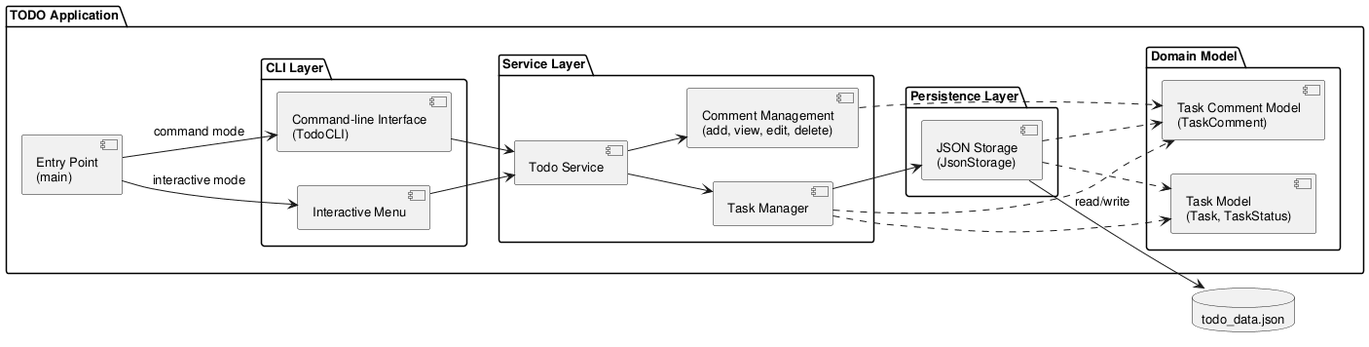
Before: experiments/pipeline/user_stories/TODO/artifacts/component_diagram.png, a diagram exported from PlantUML (DanielRiha8906/Software_autoevolution_using_agents).
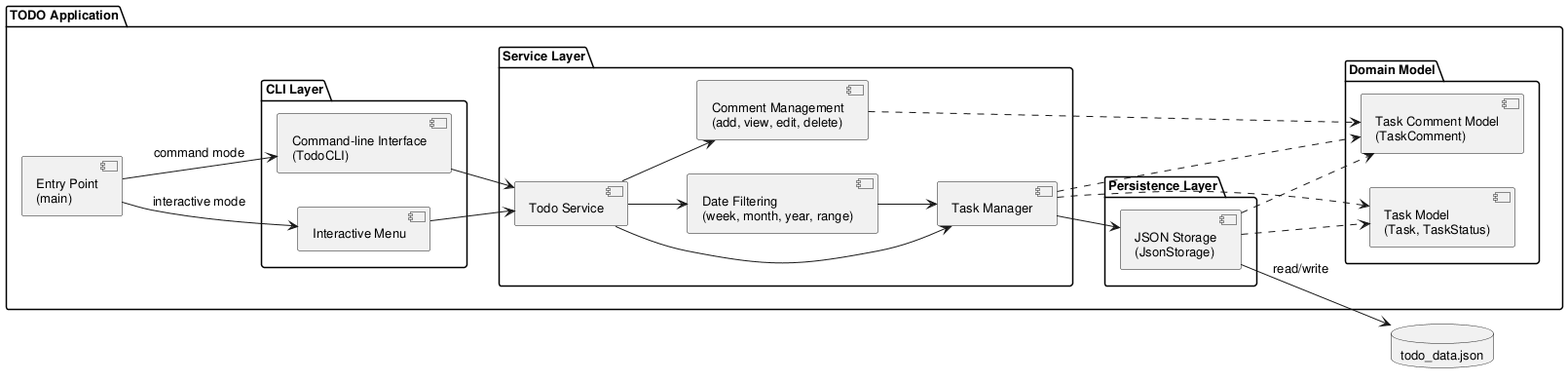
Above is the later version.

What changed in the source:
```diff
@@ -18,6 +18,7 @@
         component "Todo Service" as SVC
         component "Task Manager" as MGR
         component "Comment Management\n(add, view, edit, delete)" as CMT
+        component "Date Filtering\n(week, month, year, range)" as DateFilter
     }
 
     package "Domain Model" {
@@ -40,6 +41,8 @@
 
 SVC --> MGR
 SVC --> CMT
+SVC --> DateFilter
+DateFilter --> MGR
 MGR --> Storage
 MGR ..> Model
 MGR ..> CommentModel
```
